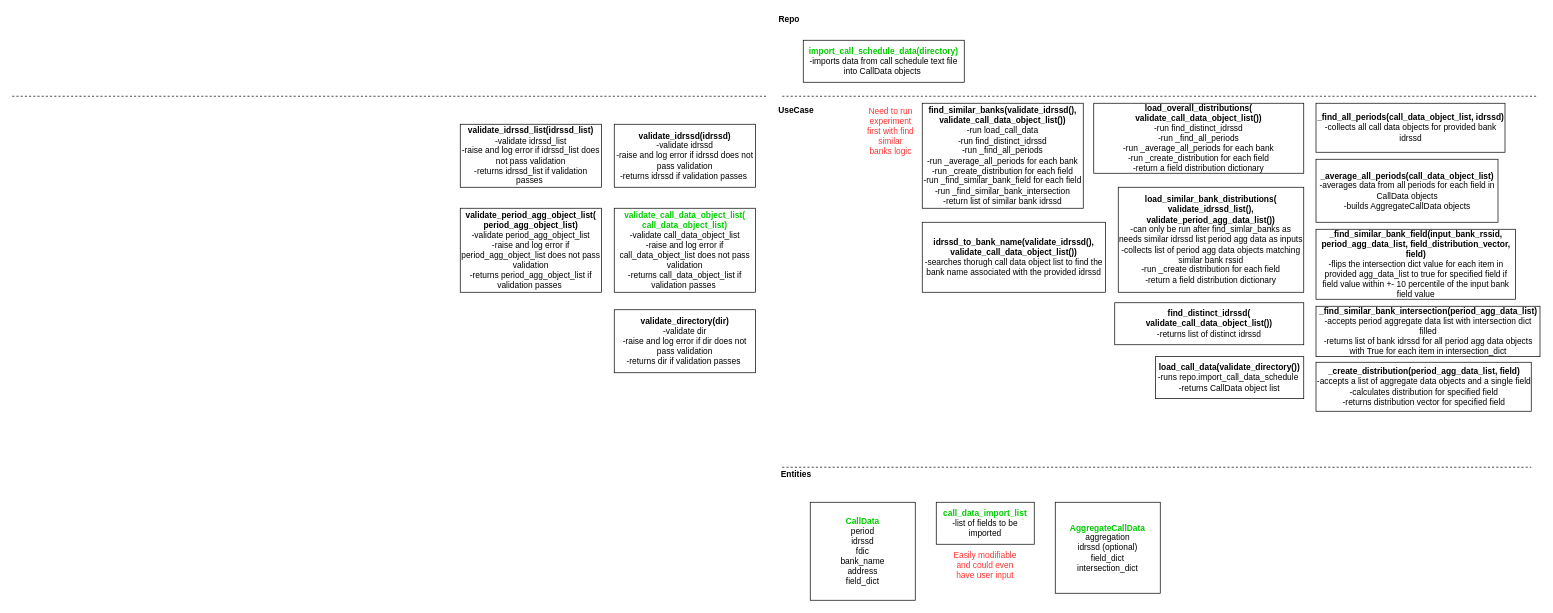
This is page "architecture" (1 of 4) of architecture/bank_like_x_architecture.drawio from JasonBrauer/banklikex, a draw.io file, before an edit. Source tidied: cells renumbered, new cells numbered last; positions are measured from the earlier drawing's top-left corner, leaving out a move shared by most shapes. Both pictures are drawn from the tidied source at 70%, with x=0, y=0 at pixel (12, 12).
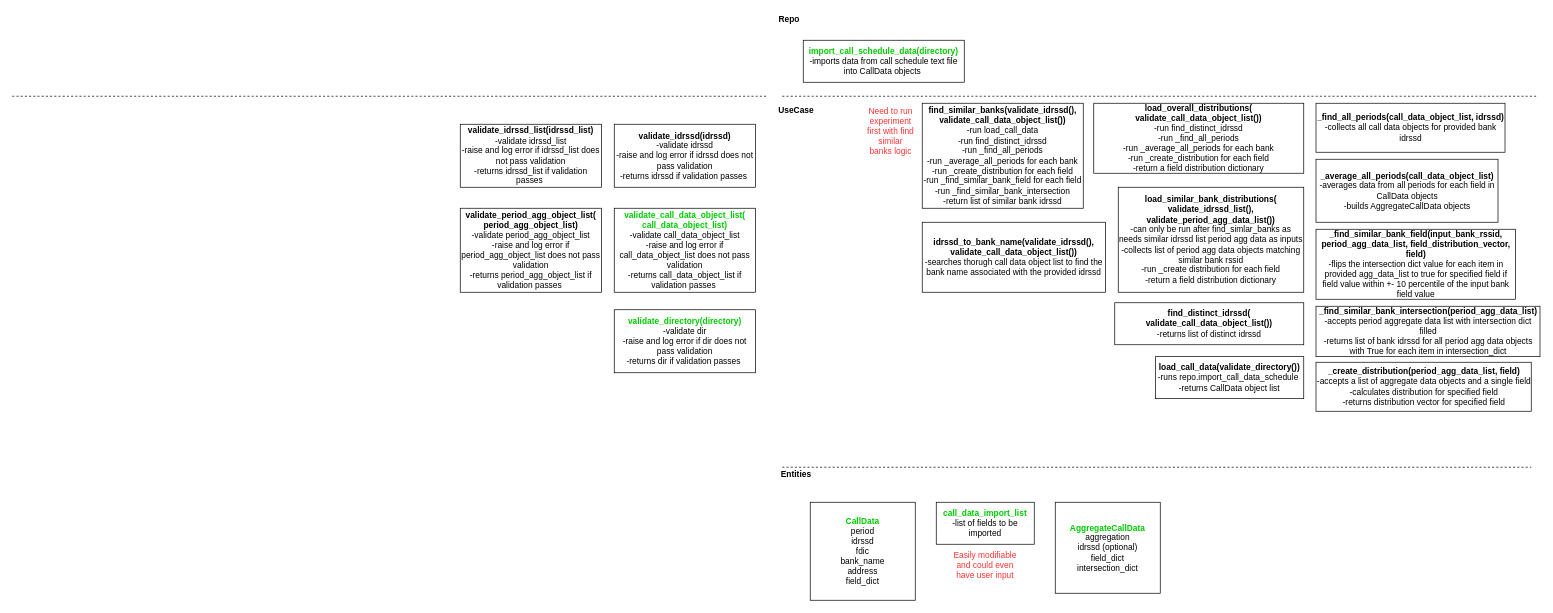
The same page after the edit.

Change to the diagram source:
```diff
@@
-    <mxCell id="29" value="&lt;b&gt;validate_directory(dir)&lt;/b&gt;&lt;br&gt;-validate dir&lt;br&gt;-raise and log error if dir does not pass validation&lt;br&gt;-returns dir if validation passes&amp;nbsp;" style="rounded=0;whiteSpace=wrap;html=1;" parent="1" vertex="1">
+    <mxCell id="29" value="&lt;b&gt;&lt;font color=&quot;#00cc00&quot;&gt;validate_directory(directory)&lt;/font&gt;&lt;/b&gt;&lt;br&gt;-validate dir&lt;br&gt;-raise and log error if dir does not pass validation&lt;br&gt;-returns dir if validation passes&amp;nbsp;" style="rounded=0;whiteSpace=wrap;html=1;" parent="1" vertex="1">
       <mxGeometry x="860" y="425" width="202" height="90" as="geometry" />
     </mxCell>
```
